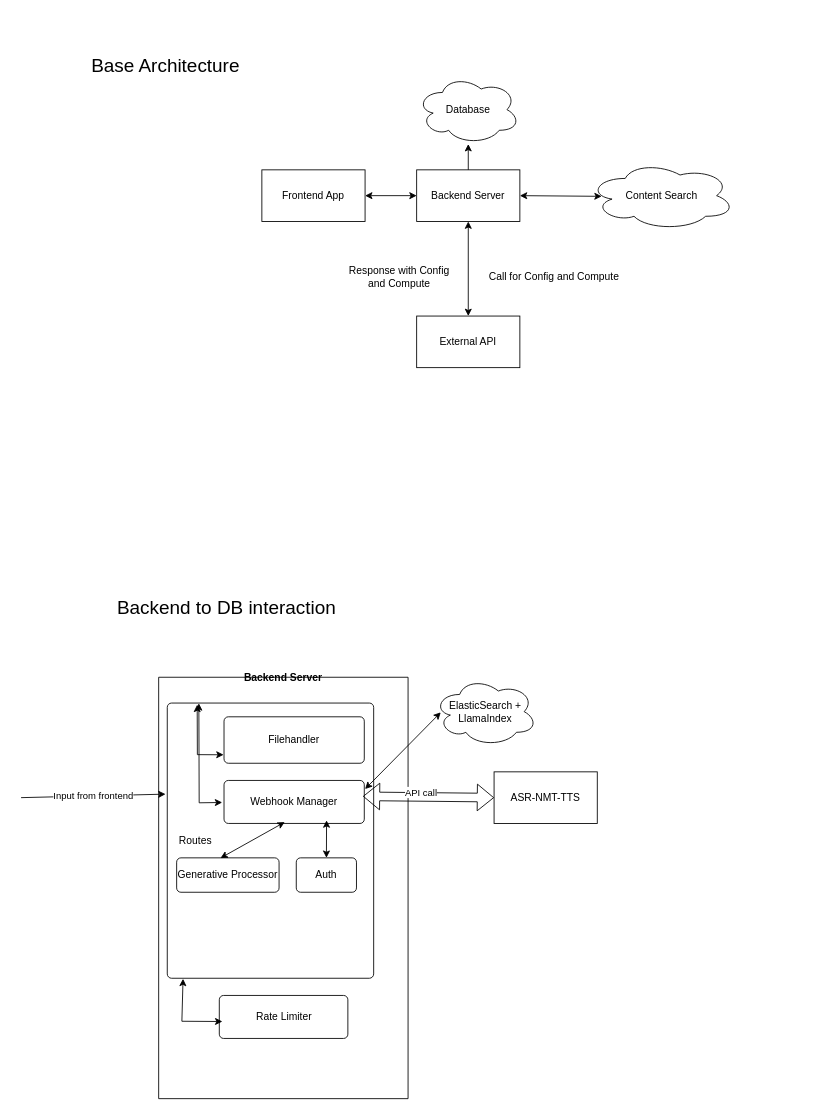
Above: System Architecture.drawio in Paas-ai/Counsel (draw.io), before the change. Source tidied: cells renumbered, new cells numbered last; positions are measured from the earlier drawing's top-left corner, leaving out a move shared by most shapes. Both pictures are drawn from the tidied source at 86%, with x=0, y=0 at pixel (21, 49).
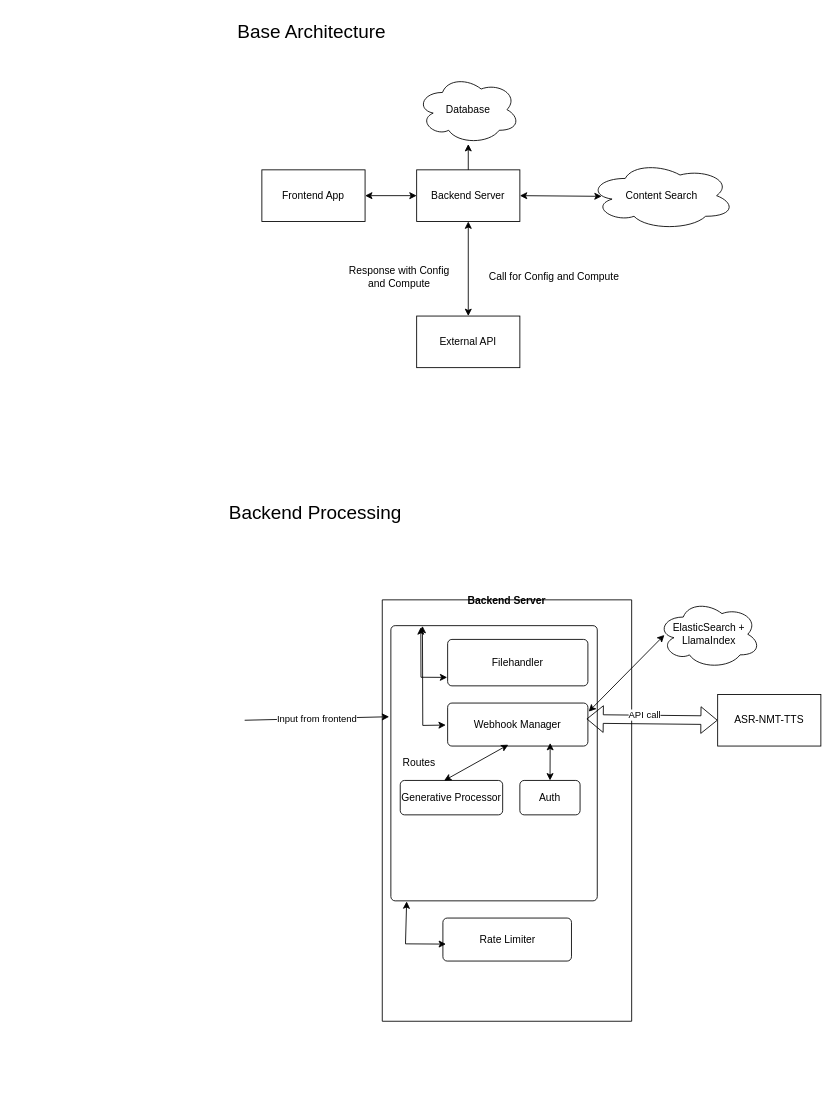
The same diagram, later.

Commit message:
Backend flow update

Unchanged cells that the change refers to:
```xml
<mxCell id="17" value="Routes" style="html=1;shape=mxgraph.er.anchor;whiteSpace=wrap;" parent="16" vertex="1">
  <mxGeometry width="66" height="320" as="geometry" />
</mxCell>
<mxCell id="19" value="Webhook Manager" style="rounded=1;absoluteArcSize=1;html=1;arcSize=10;whiteSpace=wrap;points=[];strokeColor=inherit;fillColor=inherit;" parent="16" vertex="1">
  <mxGeometry x="66" y="90" width="163.1" height="50" as="geometry" />
</mxCell>
```

Diff of the diagram source:
```diff
@@
     <mxCell id="9" value="Base Architecture" style="text;html=1;whiteSpace=wrap;overflow=hidden;rounded=0;fontSize=22;" parent="1" vertex="1">
-      <mxGeometry x="80" width="180" height="50" as="geometry" />
+      <mxGeometry x="250" y="-40" width="180" height="50" as="geometry" />
     </mxCell>
@@
-    <mxCell id="13" value="Backend to DB interaction" style="text;html=1;whiteSpace=wrap;overflow=hidden;rounded=0;fontSize=22;" parent="1" vertex="1">
-      <mxGeometry x="110" y="630" width="280" height="60" as="geometry" />
+    <mxCell id="13" value="Backend Processing" style="text;html=1;whiteSpace=wrap;overflow=hidden;rounded=0;fontSize=22;" parent="1" vertex="1">
+      <mxGeometry x="240" y="520" width="280" height="60" as="geometry" />
     </mxCell>
     <mxCell id="14" value="ElasticSearch + LlamaIndex" style="ellipse;shape=cloud;whiteSpace=wrap;html=1;" parent="1" vertex="1">
-      <mxGeometry x="480" y="730" width="120" height="80" as="geometry" />
+      <mxGeometry x="740" y="640" width="120" height="80" as="geometry" />
     </mxCell>
     <mxCell id="15" value="Backend Server" style="swimlane;startSize=0;" parent="1" vertex="1">
-      <mxGeometry x="160" y="730" width="290" height="490" as="geometry" />
+      <mxGeometry x="420" y="640" width="290" height="490" as="geometry" />
     </mxCell>
@@
     <mxCell id="29" style="shape=flexArrow;endArrow=classic;startArrow=classic;html=1;rounded=0;exitX=0.99;exitY=0.369;exitDx=0;exitDy=0;exitPerimeter=0;" parent="1" edge="1" source="19">
       <mxGeometry relative="1" as="geometry">
-        <mxPoint x="550" y="870" as="targetPoint" />
+        <mxPoint x="810" y="780" as="targetPoint" />
       </mxGeometry>
     </mxCell>
@@
     <mxCell id="31" value="ASR-NMT-TTS" style="rounded=0;whiteSpace=wrap;html=1;" parent="1" vertex="1">
-      <mxGeometry x="550" y="840" width="120" height="60" as="geometry" />
+      <mxGeometry x="810" y="750" width="120" height="60" as="geometry" />
     </mxCell>
@@
     <mxCell id="33" value="Input from frontend" style="endArrow=classic;html=1;rounded=0;entryX=-0.03;entryY=0.331;entryDx=0;entryDy=0;entryPerimeter=0;" parent="1" edge="1" target="17">
       <mxGeometry relative="1" as="geometry">
-        <mxPoint y="870" as="sourcePoint" />
+        <mxPoint x="260" y="780" as="sourcePoint" />
       </mxGeometry>
     </mxCell>
```
